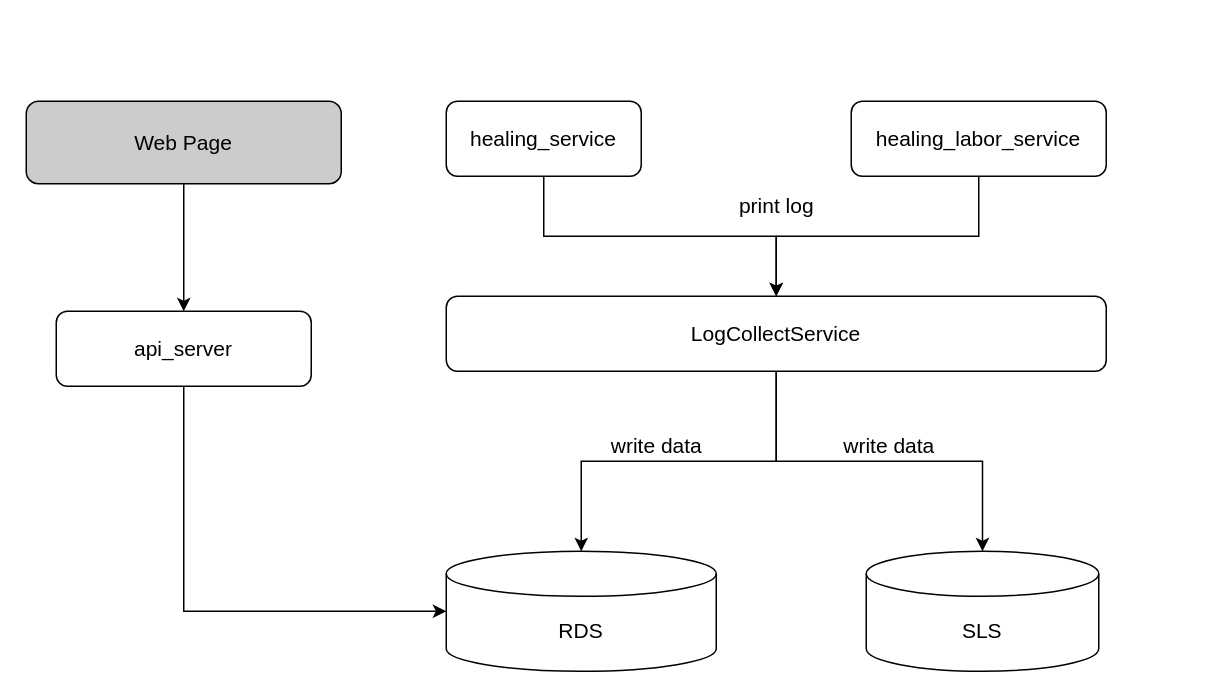
This is 未命名绘图.drawio from HellenWang/12, a draw.io file, before an edit. Source tidied: cells renumbered, new cells numbered last; positions are measured from the earlier drawing's top-left corner, leaving out a move shared by most shapes. Both pictures are drawn from the tidied source at 150%, with x=0, y=0 at pixel (26, 100).
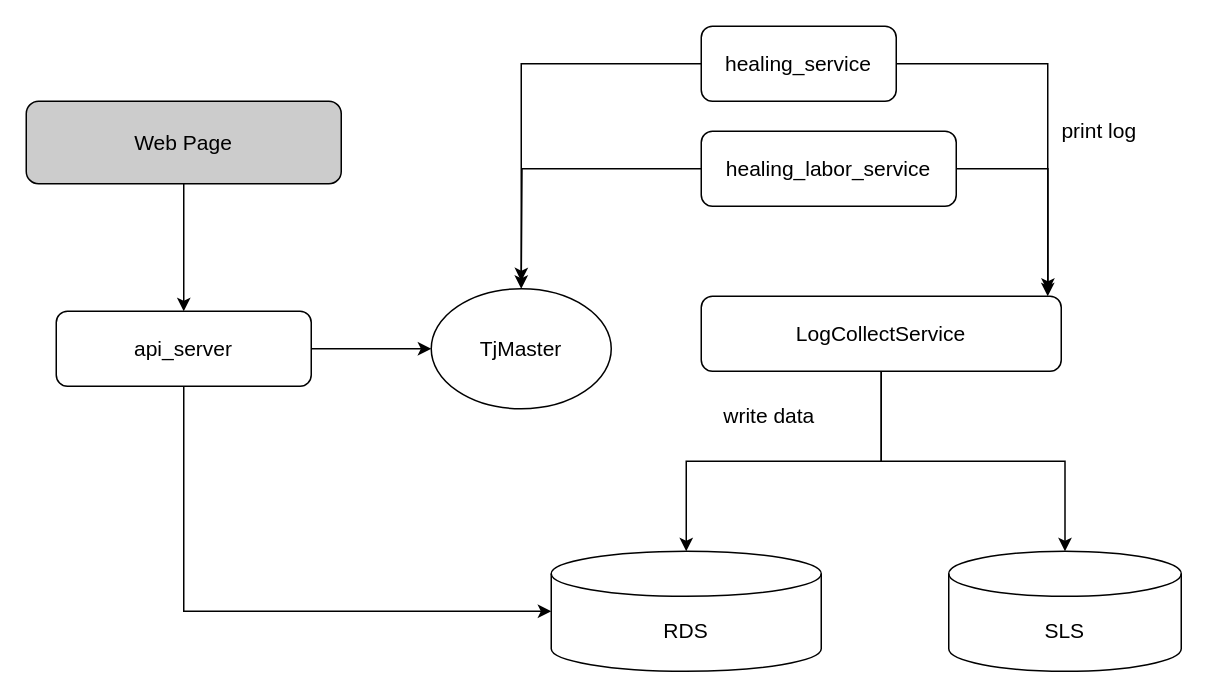
The same page after the edit.

Commit message (it also covers changes not shown here):
更新未命名绘图.drawio

The change refers to these unchanged cells:
```xml
<mxCell id="15" value="api_server" style="rounded=1;whiteSpace=wrap;html=1;fontSize=14;" parent="1" vertex="1">
  <mxGeometry x="20" y="140" width="170" height="50" as="geometry" />
</mxCell>
```

What changed in the source:
```diff
@@
-    <mxCell id="2" style="edgeStyle=orthogonalEdgeStyle;rounded=0;jettySize=auto;html=1;fontSize=14;" parent="1" edge="1" source="3" target="9">
-      <mxGeometry relative="1" as="geometry" />
-    </mxCell>
+    <mxCell id="18" style="edgeStyle=orthogonalEdgeStyle;rounded=0;jettySize=auto;html=1;fontSize=14;exitX=1;exitY=0.5;exitDx=0;exitDy=0;" parent="1" edge="1" source="3">
+      <mxGeometry relative="1" as="geometry">
+        <mxPoint x="681" y="130" as="targetPoint" />
+        <Array as="points">
+          <mxPoint x="681" y="-25" />
+        </Array>
+      </mxGeometry>
+    </mxCell>
+    <mxCell id="19" style="edgeStyle=orthogonalEdgeStyle;rounded=0;jettySize=auto;html=1;entryX=0.5;entryY=0;entryDx=0;entryDy=0;fontSize=14;" parent="1" edge="1" source="3" target="22">
+      <mxGeometry relative="1" as="geometry" />
+    </mxCell>
     <mxCell id="3" value="healing_service" style="rounded=1;whiteSpace=wrap;html=1;fontSize=14;" parent="1" vertex="1">
-      <mxGeometry x="280" width="130" height="50" as="geometry" />
+      <mxGeometry x="450" y="-50" width="130" height="50" as="geometry" />
     </mxCell>
-    <mxCell id="4" style="edgeStyle=orthogonalEdgeStyle;rounded=0;jettySize=auto;html=1;fontSize=14;" parent="1" edge="1" source="5" target="9">
+    <mxCell id="4" style="edgeStyle=orthogonalEdgeStyle;rounded=0;jettySize=auto;html=1;entryX=0.963;entryY=-0.06;entryDx=0;entryDy=0;entryPerimeter=0;fontSize=14;exitX=1;exitY=0.5;exitDx=0;exitDy=0;" parent="1" edge="1" source="5" target="9">
       <mxGeometry relative="1" as="geometry" />
     </mxCell>
+    <mxCell id="20" style="edgeStyle=orthogonalEdgeStyle;rounded=0;jettySize=auto;html=1;fontSize=14;" parent="1" edge="1" source="5">
+      <mxGeometry relative="1" as="geometry">
+        <mxPoint x="330" y="120" as="targetPoint" />
+      </mxGeometry>
+    </mxCell>
     <mxCell id="5" value="healing_labor_service" style="rounded=1;whiteSpace=wrap;html=1;fontSize=14;" parent="1" vertex="1">
-      <mxGeometry x="550" width="170" height="50" as="geometry" />
+      <mxGeometry x="450" y="20" width="170" height="50" as="geometry" />
     </mxCell>
     <mxCell id="6" value="SLS" style="shape=cylinder3;whiteSpace=wrap;html=1;boundedLbl=1;backgroundOutline=1;size=15;fontSize=14;" parent="1" vertex="1">
-      <mxGeometry x="560" y="300" width="155" height="80" as="geometry" />
+      <mxGeometry x="615" y="300" width="155" height="80" as="geometry" />
     </mxCell>
@@
     <mxCell id="9" value="LogCollectService" style="rounded=1;whiteSpace=wrap;html=1;fontSize=14;" parent="1" vertex="1">
-      <mxGeometry x="280" y="130" width="440" height="50" as="geometry" />
+      <mxGeometry x="450" y="130" width="240" height="50" as="geometry" />
     </mxCell>
     <mxCell id="10" value="RDS" style="shape=cylinder3;whiteSpace=wrap;html=1;boundedLbl=1;backgroundOutline=1;size=15;fontSize=14;" parent="1" vertex="1">
-      <mxGeometry x="280" y="300" width="180" height="80" as="geometry" />
+      <mxGeometry x="350" y="300" width="180" height="80" as="geometry" />
     </mxCell>
     <mxCell id="11" value="print log" style="text;html=1;align=center;verticalAlign=middle;fontSize=14;" parent="1" vertex="1">
-      <mxGeometry x="465" y="60" width="70" height="20" as="geometry" />
+      <mxGeometry x="680" y="10" width="70" height="20" as="geometry" />
     </mxCell>
     <mxCell id="12" value="write data" style="text;html=1;align=center;verticalAlign=middle;fontSize=14;" parent="1" vertex="1">
-      <mxGeometry x="380" y="220" width="80" height="20" as="geometry" />
+      <mxGeometry x="455" y="200" width="80" height="20" as="geometry" />
     </mxCell>
-    <mxCell id="13" value="write data" style="text;html=1;align=center;verticalAlign=middle;fontSize=14;" parent="1" vertex="1">
-      <mxGeometry x="535" y="220" width="80" height="20" as="geometry" />
-    </mxCell>
@@
+    <mxCell id="21" style="edgeStyle=orthogonalEdgeStyle;rounded=0;jettySize=auto;html=1;entryX=0;entryY=0.5;entryDx=0;entryDy=0;fontSize=14;" parent="1" edge="1" source="15" target="22">
+      <mxGeometry relative="1" as="geometry" />
+    </mxCell>
@@
+    <mxCell id="22" value="TjMaster" style="ellipse;whiteSpace=wrap;html=1;fontSize=14;fillColor=#FFFFFF;" parent="1" vertex="1">
+      <mxGeometry x="270" y="125" width="120" height="80" as="geometry" />
+    </mxCell>
```
